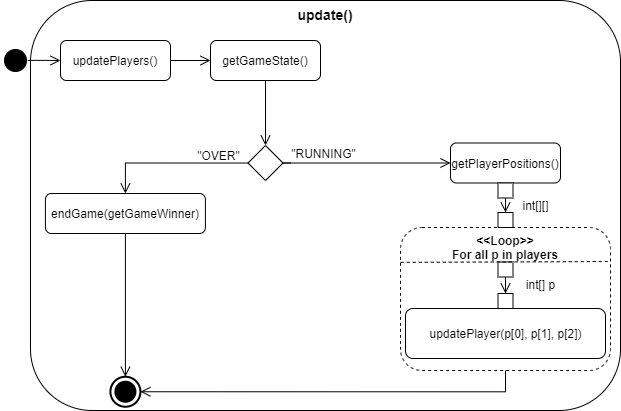
This is Doku/images/AD_update.png from KjellooMelloo/gameoftrons, a draw.io export, as it was before one commit. Source tidied: cells renumbered, new cells last; positions are measured from the earlier drawing's top-left corner, leaving out a move shared by most shapes.
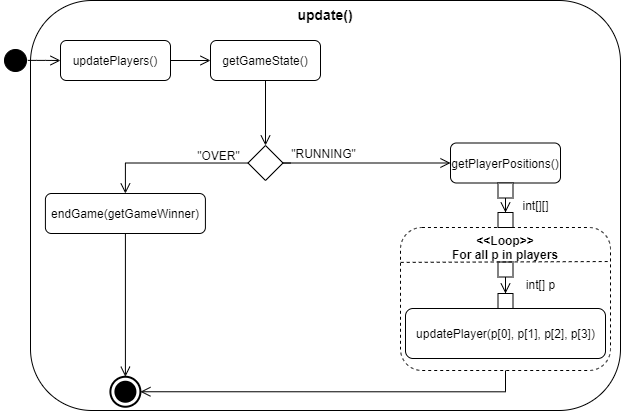
The same diagram one commit later.

Diff of the diagram source:
```diff
@@ -46,7 +46,7 @@
     <mxCell id="15" value="&quot;RUNNING&quot;" style="text;html=1;align=center;verticalAlign=middle;" parent="1" vertex="1">
       <mxGeometry x="282.5" y="142.5" width="80" height="20" as="geometry" />
     </mxCell>
-    <mxCell id="16" value="updatePlayer(p[0], p[1], p[2])" style="html=1;dashed=0;whitespace=wrap;strokeColor=#000000;align=center;rounded=1;" parent="1" vertex="1">
+    <mxCell id="16" value="updatePlayer(p[0], p[1], p[2], p[3])" style="html=1;dashed=0;whitespace=wrap;strokeColor=#000000;align=center;rounded=1;" parent="1" vertex="1">
       <mxGeometry x="405" y="308" width="200" height="50" as="geometry" />
     </mxCell>
     <mxCell id="17" style="edgeStyle=orthogonalEdgeStyle;rounded=0;jettySize=auto;html=1;endArrow=open;endFill=0;endSize=8;strokeColor=#000000;exitX=0.5;exitY=1;exitDx=0;exitDy=0;" parent="1" edge="1" source="18" target="19">
```
